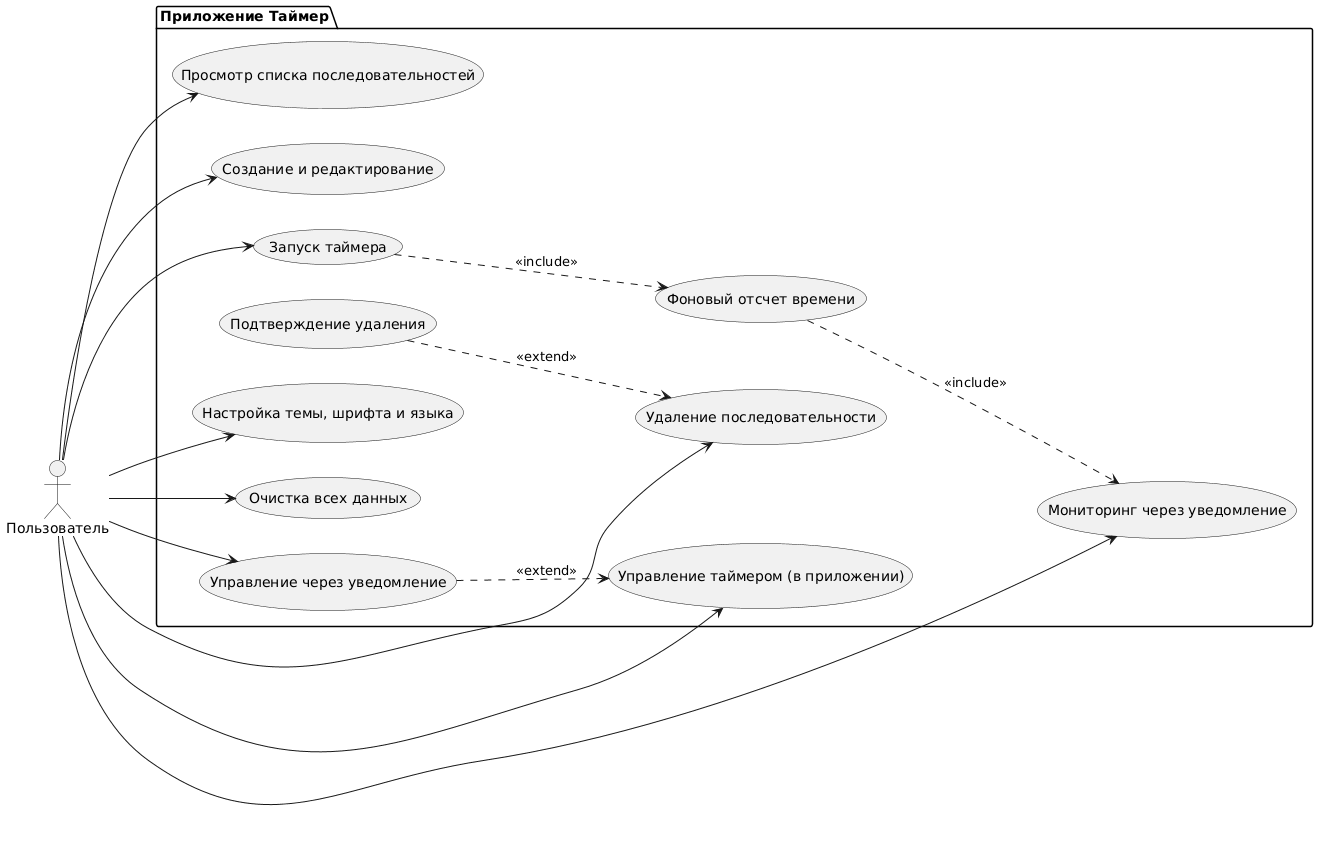
Before: Reports/LR2/img/use_case.png, a diagram exported from PlantUML (Dmitro44/Mobilki).
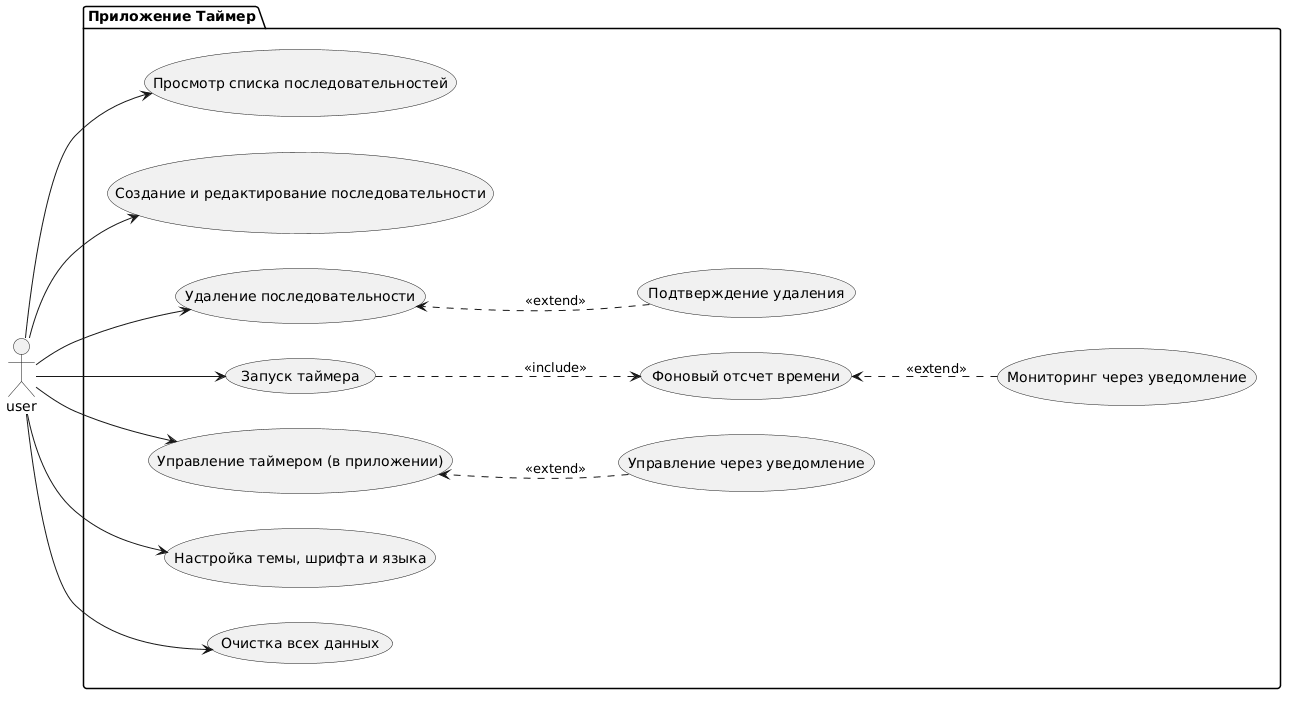
Above is the later version.

What changed in the source:
```diff
@@ -1,20 +1,26 @@
 @startuml
 left to right direction
-actor "Пользователь" as user
+actor user
+
 package "Приложение Таймер" {
-  usecase "Просмотр списка последовательностей" as UC_Read
-  usecase "Создание и редактирование" as UC_Edit
-  usecase "Удаление последовательности" as UC_Delete
-  usecase "Запуск таймера" as UC_Play
-  usecase "Управление таймером (в приложении)" as UC_Timer
-  usecase "Настройка темы, шрифта и языка" as UC_Settings
-  usecase "Очистка всех данных" as UC_Clear
+  together {
+    usecase "Просмотр списка последовательностей" as UC_Read
+    usecase "Создание и редактирование последовательности" as UC_Edit
+    usecase "Удаление последовательности" as UC_Delete
+    usecase "Запуск таймера" as UC_Play
+    usecase "Управление таймером (в приложении)" as UC_Timer
+    usecase "Настройка темы, шрифта и языка" as UC_Settings
+    usecase "Очистка всех данных" as UC_Clear
+  }
 
-  usecase "Фоновый отсчет времени" as UC_Service
-  usecase "Мониторинг через уведомление" as UC_Monitor
-  usecase "Управление через уведомление" as UC_NotifyControl
-  usecase "Подтверждение удаления" as UC_Confirm
+  together {
+    usecase "Фоновый отсчет времени" as UC_Service
+    usecase "Мониторинг через уведомление" as UC_Monitor
+    usecase "Управление через уведомление" as UC_NotifyControl
+    usecase "Подтверждение удаления" as UC_Confirm
+  }
 }
+
 user --> UC_Read
 user --> UC_Edit
 user --> UC_Delete
@@ -22,10 +28,13 @@
 user --> UC_Timer
 user --> UC_Settings
 user --> UC_Clear
-user --> UC_Monitor
-user --> UC_NotifyControl
+
 UC_Play ..> UC_Service : <<include>>
-UC_Service ..> UC_Monitor : <<include>>
+UC_Monitor ..> UC_Service : <<extend>>
 UC_NotifyControl ..> UC_Timer : <<extend>>
 UC_Confirm ..> UC_Delete : <<extend>>
+
+UC_Timer -[hidden]-> UC_NotifyControl
+UC_Delete -[hidden]-> UC_Confirm
+UC_Service -[hidden]-> UC_Monitor
 @enduml
```
